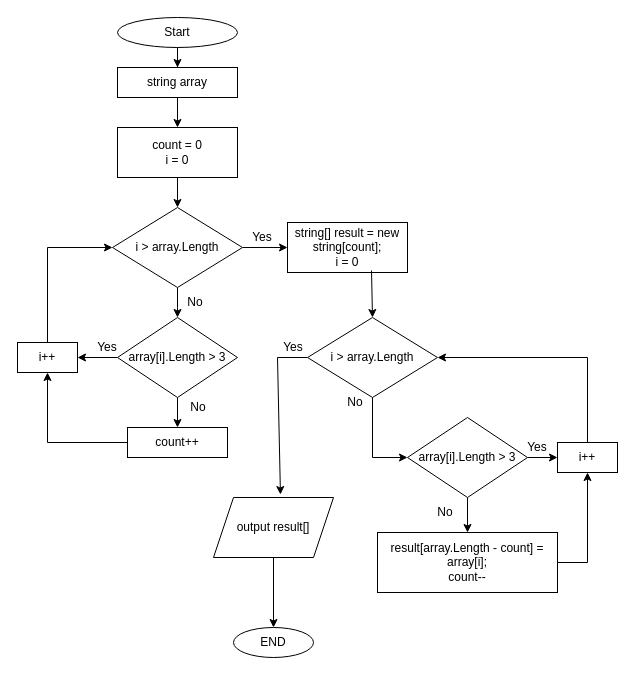
Before: ControlTask001/FinalDiagramm.drawio in stevgeniy/HomeWorkChek, a draw.io diagram. Source tidied: cells renumbered, new cells numbered last; positions are measured from the earlier drawing's top-left corner, leaving out a move shared by most shapes. Both pictures are drawn from the tidied source at 100%, with x=0, y=0 at pixel (17, 17).
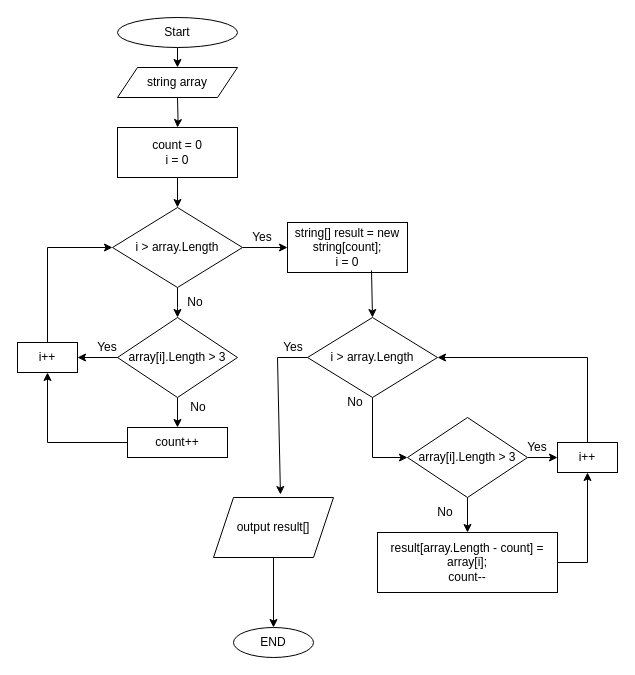
The same diagram, later.

The change refers to these unchanged cells:
```xml
<mxCell id="3" value="Start" style="ellipse;whiteSpace=wrap;html=1;" parent="1" vertex="1">
  <mxGeometry x="100" width="120" height="30" as="geometry" />
</mxCell>
<mxCell id="7" value="count = 0&lt;br&gt;i = 0" style="rounded=0;whiteSpace=wrap;html=1;" parent="1" vertex="1">
  <mxGeometry x="100" y="110" width="120" height="50" as="geometry" />
</mxCell>
```

The edit, as a diff of the source:
```diff
@@
-    <mxCell id="2" style="edgeStyle=orthogonalEdgeStyle;rounded=0;jettySize=auto;html=1;" parent="1" edge="1" source="3" target="5">
-      <mxGeometry relative="1" as="geometry" />
+    <mxCell id="2" style="edgeStyle=orthogonalEdgeStyle;rounded=0;jettySize=auto;html=1;" parent="1" edge="1" source="3">
+      <mxGeometry relative="1" as="geometry">
+        <mxPoint x="160" y="50" as="targetPoint" />
+      </mxGeometry>
     </mxCell>
@@
-    <mxCell id="4" style="edgeStyle=orthogonalEdgeStyle;rounded=0;jettySize=auto;html=1;" parent="1" edge="1" source="5" target="7">
-      <mxGeometry relative="1" as="geometry" />
+    <mxCell id="4" style="edgeStyle=orthogonalEdgeStyle;rounded=0;jettySize=auto;html=1;" parent="1" edge="1" target="7">
+      <mxGeometry relative="1" as="geometry">
+        <mxPoint x="160" y="80" as="sourcePoint" />
+      </mxGeometry>
     </mxCell>
-    <mxCell id="5" value="string array" style="rounded=0;whiteSpace=wrap;html=1;" parent="1" vertex="1">
-      <mxGeometry x="100" y="50" width="120" height="30" as="geometry" />
-    </mxCell>
@@
+    <mxCell id="5" value="string array" style="shape=parallelogram;perimeter=parallelogramPerimeter;whiteSpace=wrap;html=1;fixedSize=1;" parent="1" vertex="1">
+      <mxGeometry x="100" y="50" width="120" height="30" as="geometry" />
+    </mxCell>
```
